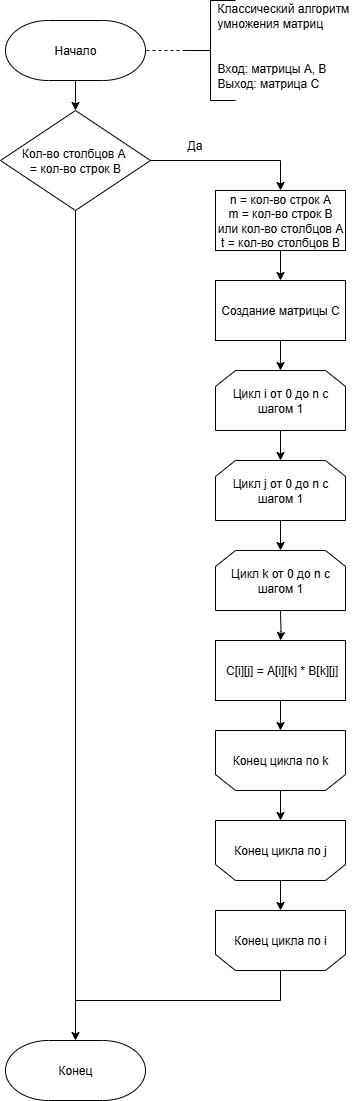
Above: Labs/lab_01/report/images/simple_scheme.png in Pricolistok/Algorithm-analysis (draw.io), before the change. Source tidied: cells renumbered, new cells last; positions are measured from the earlier drawing's top-left corner, leaving out a move shared by most shapes.
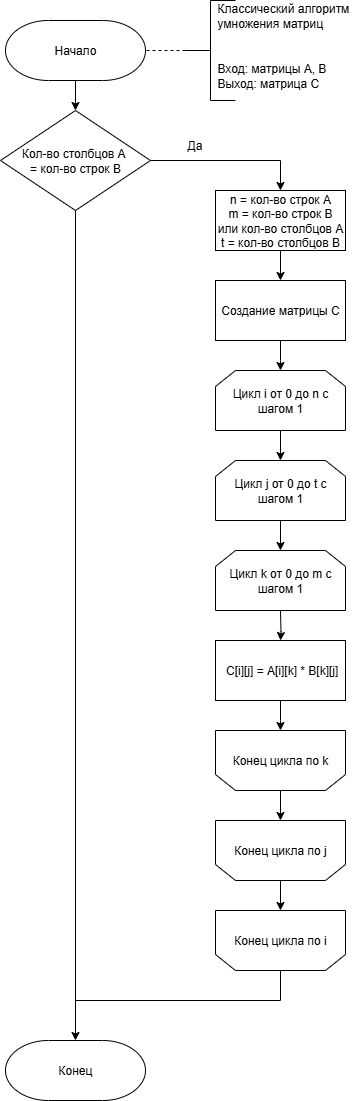
Later version of the same file.

Change to the diagram source:
```diff
@@ -95,10 +95,10 @@
     <mxCell id="24" value="Да" style="text;strokeColor=none;align=left;fillColor=none;html=1;verticalAlign=middle;whiteSpace=wrap;rounded=0;strokeWidth=1;" parent="1" vertex="1">
       <mxGeometry x="185" y="130" width="30" height="30" as="geometry" />
     </mxCell>
-    <mxCell id="25" value="Цикл j от 0 до n с шагом 1" style="shape=loopLimit;whiteSpace=wrap;html=1;" parent="1" vertex="1">
+    <mxCell id="25" value="Цикл j от 0 до t с шагом 1" style="shape=loopLimit;whiteSpace=wrap;html=1;" parent="1" vertex="1">
       <mxGeometry x="215" y="460" width="130" height="60" as="geometry" />
     </mxCell>
-    <mxCell id="26" value="Цикл k от 0 до n с шагом 1" style="shape=loopLimit;whiteSpace=wrap;html=1;" parent="1" vertex="1">
+    <mxCell id="26" value="Цикл k от 0 до m с шагом 1" style="shape=loopLimit;whiteSpace=wrap;html=1;" parent="1" vertex="1">
       <mxGeometry x="215" y="550" width="130" height="60" as="geometry" />
     </mxCell>
     <mxCell id="27" value="Конец цикла по k" style="shape=loopLimit;whiteSpace=wrap;html=1;flipV=1;" parent="1" vertex="1">
```
